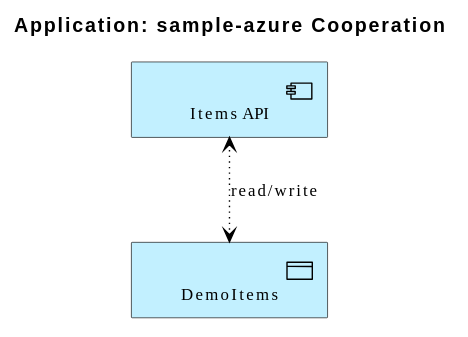
Before: diagrams/application/cooperation-standard.svg, a diagram exported from PlantUML (wolffy-au/frictionless-sample-azure).
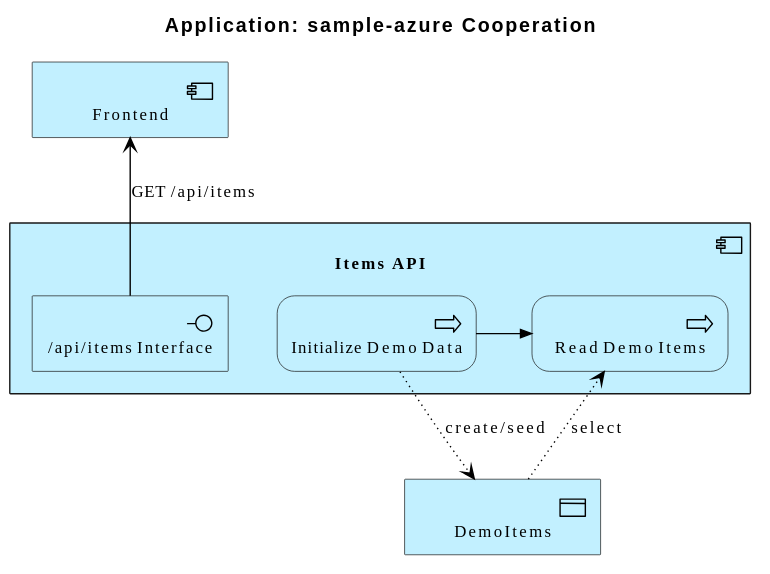
After the change.

Commit message:
feat(architecture): split sample-azure Items API into frontend and read/init processes

Change to the diagram source:
```diff
@@ -4,8 +4,16 @@
 scale max 3800 width
 title Application: sample-azure Cooperation
 
-Application_Component(e_idb9118a54ded651, "Items API")
+Application_Component(e_idb9118a54ded651, "Items API") {
+  Application_Interface(e_id27cc7f94392754, "/api/items Interface")
+  Application_Process(e_id9e4601a2031c58, "Initialize Demo Data")
+  Application_Process(e_idf9a91550500455, "Read Demo Items")
+}
+Application_Component(e_id859316e8097157, "Frontend")
 Application_DataObject(e_id032efff5924e5e, "DemoItems")
 
-Rel_Access_rw(e_idb9118a54ded651, e_id032efff5924e5e, "read/write")
+Rel_Serving_Up(e_id27cc7f94392754, e_id859316e8097157, "GET /api/items")
+Rel_Triggering_Right(e_id9e4601a2031c58, e_idf9a91550500455, "")
+Rel_Access_w(e_id9e4601a2031c58, e_id032efff5924e5e, "create/seed")
+Rel_Access_r(e_idf9a91550500455, e_id032efff5924e5e, "select")
 @enduml
```
